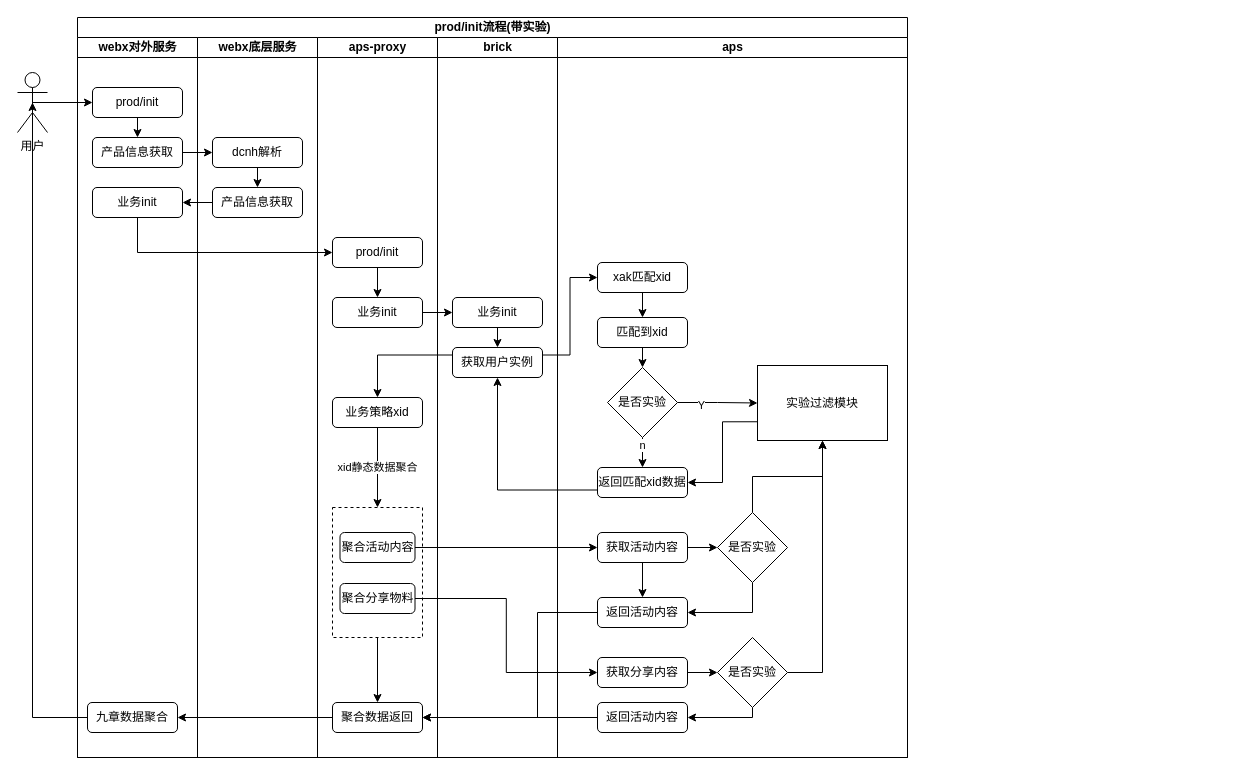
This is page "lego_brick" (7 of 9) of aps.drawio from songshiyun/drawio, a draw.io file, before an edit. Source tidied: cells renumbered, new cells numbered last; positions are measured from the earlier drawing's top-left corner, leaving out a move shared by most shapes. Both pictures are drawn from the tidied source at 100%, with x=0, y=0 at pixel (17, 17).
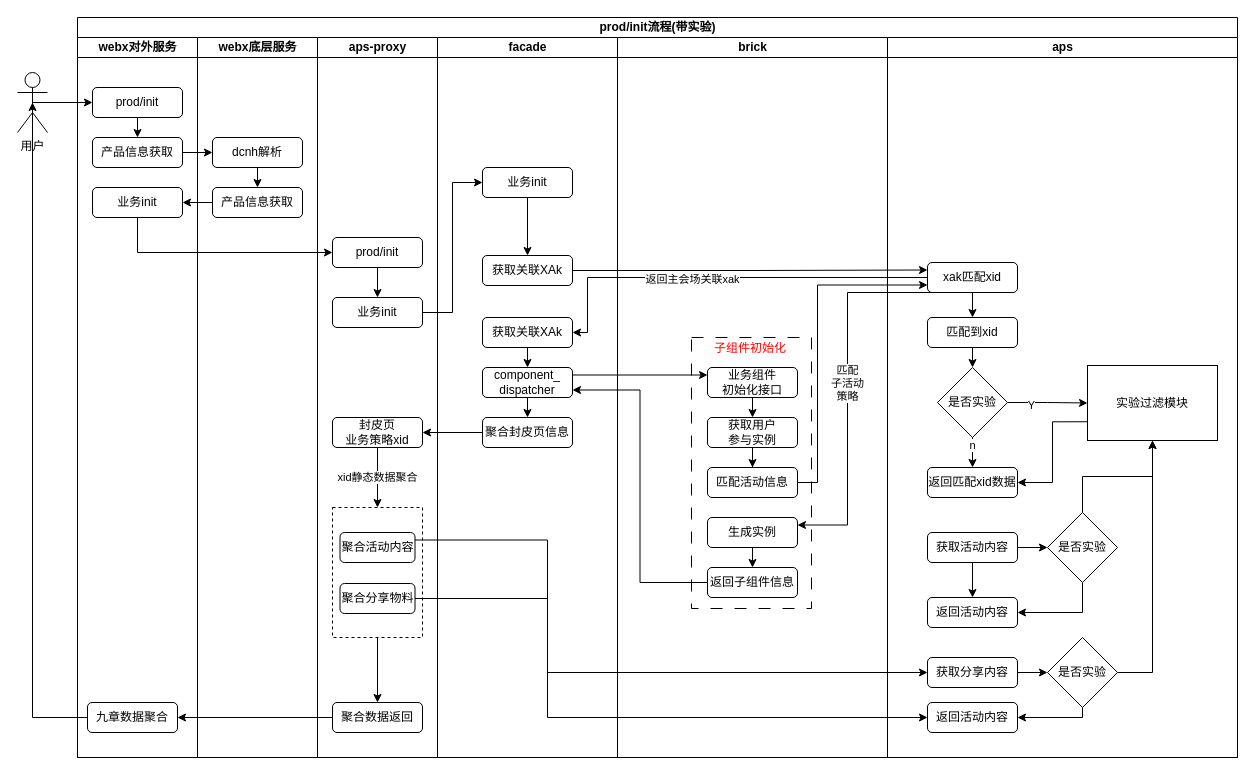
The same diagram, later.

Unchanged cells that the change refers to:
```xml
<mxCell id="13" value="aps-proxy" style="swimlane;startSize=20;html=1;" parent="2" vertex="1">
  <mxGeometry x="240" y="20" width="120" height="720" as="geometry" />
</mxCell>
<mxCell id="21" value="聚合活动内容" style="rounded=1;whiteSpace=wrap;html=1;" parent="13" vertex="1">
  <mxGeometry x="22.5" y="495" width="75" height="30" as="geometry" />
</mxCell>
<mxCell id="22" value="聚合分享物料" style="rounded=1;whiteSpace=wrap;html=1;" parent="13" vertex="1">
  <mxGeometry x="22.5" y="546" width="75" height="30" as="geometry" />
</mxCell>
<mxCell id="23" value="聚合数据返回" style="rounded=1;whiteSpace=wrap;html=1;" parent="13" vertex="1">
  <mxGeometry x="15" y="665" width="90" height="30" as="geometry" />
</mxCell>
```

What changed in the source:
```diff
@@
     <mxCell id="2" value="prod/init流程(带实验)" style="swimlane;startSize=20;html=1;" parent="1" vertex="1">
-      <mxGeometry x="60" width="830" height="740" as="geometry" />
+      <mxGeometry x="60" width="1160" height="740" as="geometry" />
     </mxCell>
@@
-    <mxCell id="18" value="业务策略xid" style="rounded=1;whiteSpace=wrap;html=1;" parent="13" vertex="1">
-      <mxGeometry x="15" y="360" width="90" height="30" as="geometry" />
+    <mxCell id="18" value="封皮页&lt;br&gt;业务策略xid" style="rounded=1;whiteSpace=wrap;html=1;" parent="13" vertex="1">
+      <mxGeometry x="15" y="380" width="90" height="30" as="geometry" />
     </mxCell>
@@
-    <mxCell id="24" value="brick" style="swimlane;startSize=20;html=1;" parent="2" vertex="1">
-      <mxGeometry x="360" y="20" width="120" height="720" as="geometry" />
+    <mxCell id="24" value="facade" style="swimlane;startSize=20;html=1;" parent="2" vertex="1">
+      <mxGeometry x="360" y="20" width="180" height="720" as="geometry" />
     </mxCell>
-    <mxCell id="25" style="edgeStyle=orthogonalEdgeStyle;rounded=0;jettySize=auto;html=1;exitX=0.5;exitY=1;exitDx=0;exitDy=0;entryX=0.5;entryY=0;entryDx=0;entryDy=0;" parent="24" edge="1" source="26" target="27">
-      <mxGeometry relative="1" as="geometry" />
-    </mxCell>
+    <mxCell id="69" style="edgeStyle=orthogonalEdgeStyle;rounded=0;jettySize=auto;html=1;exitX=0.5;exitY=1;exitDx=0;exitDy=0;entryX=0.5;entryY=0;entryDx=0;entryDy=0;" parent="24" edge="1" source="26" target="70">
+      <mxGeometry relative="1" as="geometry" />
+    </mxCell>
     <mxCell id="26" value="业务init" style="rounded=1;whiteSpace=wrap;html=1;" parent="24" vertex="1">
-      <mxGeometry x="15" y="260" width="90" height="30" as="geometry" />
+      <mxGeometry x="45" y="130" width="90" height="30" as="geometry" />
     </mxCell>
-    <mxCell id="27" value="获取用户实例" style="rounded=1;whiteSpace=wrap;html=1;" parent="24" vertex="1">
-      <mxGeometry x="15" y="310" width="90" height="30" as="geometry" />
-    </mxCell>
-    <mxCell id="28" style="edgeStyle=orthogonalEdgeStyle;rounded=0;jettySize=auto;html=1;exitX=0;exitY=0.75;exitDx=0;exitDy=0;entryX=0.5;entryY=1;entryDx=0;entryDy=0;" parent="2" edge="1" source="48" target="27">
-      <mxGeometry relative="1" as="geometry" />
-    </mxCell>
-    <mxCell id="29" style="edgeStyle=orthogonalEdgeStyle;rounded=0;jettySize=auto;html=1;exitX=0;exitY=0.25;exitDx=0;exitDy=0;entryX=0.5;entryY=0;entryDx=0;entryDy=0;" parent="2" edge="1" source="27" target="18">
-      <mxGeometry relative="1" as="geometry" />
-    </mxCell>
+    <mxCell id="70" value="获取关联XAk" style="rounded=1;whiteSpace=wrap;html=1;" parent="24" vertex="1">
+      <mxGeometry x="45" y="218" width="90" height="30" as="geometry" />
+    </mxCell>
+    <mxCell id="71" style="edgeStyle=orthogonalEdgeStyle;rounded=0;jettySize=auto;html=1;exitX=0.5;exitY=1;exitDx=0;exitDy=0;entryX=0.5;entryY=0;entryDx=0;entryDy=0;" parent="24" edge="1" source="72" target="74">
+      <mxGeometry relative="1" as="geometry" />
+    </mxCell>
+    <mxCell id="72" value="获取关联XAk" style="rounded=1;whiteSpace=wrap;html=1;" parent="24" vertex="1">
+      <mxGeometry x="45" y="280" width="90" height="30" as="geometry" />
+    </mxCell>
+    <mxCell id="73" style="edgeStyle=orthogonalEdgeStyle;rounded=0;jettySize=auto;html=1;exitX=0.5;exitY=1;exitDx=0;exitDy=0;entryX=0.5;entryY=0;entryDx=0;entryDy=0;" parent="24" edge="1" source="74" target="75">
+      <mxGeometry relative="1" as="geometry" />
+    </mxCell>
+    <mxCell id="74" value="component_&lt;br&gt;dispatcher" style="rounded=1;whiteSpace=wrap;html=1;" parent="24" vertex="1">
+      <mxGeometry x="45" y="330" width="90" height="30" as="geometry" />
+    </mxCell>
+    <mxCell id="75" value="聚合封皮页信息" style="rounded=1;whiteSpace=wrap;html=1;" parent="24" vertex="1">
+      <mxGeometry x="45" y="380" width="90" height="30" as="geometry" />
+    </mxCell>
@@
-    <mxCell id="31" style="edgeStyle=orthogonalEdgeStyle;rounded=0;jettySize=auto;html=1;exitX=1;exitY=0.25;exitDx=0;exitDy=0;entryX=0;entryY=0.5;entryDx=0;entryDy=0;" parent="2" edge="1" source="27" target="38">
-      <mxGeometry relative="1" as="geometry" />
-    </mxCell>
@@
+    <mxCell id="36" value="brick" style="swimlane;startSize=20;html=1;" parent="2" vertex="1">
+      <mxGeometry x="540" y="20" width="270" height="720" as="geometry" />
+    </mxCell>
+    <mxCell id="76" style="rounded=0;whiteSpace=wrap;html=1;dashed=1;dashPattern=12 12;" parent="36" vertex="1">
+      <mxGeometry x="74" y="300" width="120" height="271" as="geometry" />
+    </mxCell>
+    <mxCell id="77" style="edgeStyle=orthogonalEdgeStyle;rounded=0;jettySize=auto;html=1;exitX=0.5;exitY=1;exitDx=0;exitDy=0;entryX=0.5;entryY=0;entryDx=0;entryDy=0;" parent="36" edge="1" source="78" target="80">
+      <mxGeometry relative="1" as="geometry" />
+    </mxCell>
+    <mxCell id="78" value="业务组件&lt;br&gt;初始化接口" style="rounded=1;whiteSpace=wrap;html=1;" parent="36" vertex="1">
+      <mxGeometry x="90" y="330" width="90" height="30" as="geometry" />
+    </mxCell>
+    <mxCell id="79" style="edgeStyle=orthogonalEdgeStyle;rounded=0;jettySize=auto;html=1;exitX=0.5;exitY=1;exitDx=0;exitDy=0;" parent="36" edge="1" source="80" target="81">
+      <mxGeometry relative="1" as="geometry" />
+    </mxCell>
+    <mxCell id="80" value="获取用户&lt;br&gt;参与实例" style="rounded=1;whiteSpace=wrap;html=1;" parent="36" vertex="1">
+      <mxGeometry x="90" y="380" width="90" height="30" as="geometry" />
+    </mxCell>
+    <mxCell id="81" value="匹配活动信息" style="rounded=1;whiteSpace=wrap;html=1;" parent="36" vertex="1">
+      <mxGeometry x="90" y="430" width="90" height="30" as="geometry" />
+    </mxCell>
+    <mxCell id="82" style="edgeStyle=orthogonalEdgeStyle;rounded=0;jettySize=auto;html=1;exitX=0.5;exitY=1;exitDx=0;exitDy=0;entryX=0.5;entryY=0;entryDx=0;entryDy=0;" parent="36" edge="1" source="83" target="84">
+      <mxGeometry relative="1" as="geometry" />
+    </mxCell>
+    <mxCell id="83" value="生成实例" style="rounded=1;whiteSpace=wrap;html=1;" parent="36" vertex="1">
+      <mxGeometry x="90" y="480" width="90" height="30" as="geometry" />
+    </mxCell>
+    <mxCell id="84" value="返回子组件信息" style="rounded=1;whiteSpace=wrap;html=1;" parent="36" vertex="1">
+      <mxGeometry x="90" y="530" width="90" height="30" as="geometry" />
+    </mxCell>
+    <mxCell id="85" value="子组件初始化" style="text;html=1;strokeColor=none;fillColor=none;align=center;verticalAlign=middle;whiteSpace=wrap;rounded=0;fontColor=#FF0000;" parent="36" vertex="1">
+      <mxGeometry x="93" y="296" width="80" height="30" as="geometry" />
+    </mxCell>
@@
-    <mxCell id="35" style="edgeStyle=orthogonalEdgeStyle;rounded=0;jettySize=auto;html=1;exitX=1;exitY=0.5;exitDx=0;exitDy=0;entryX=0;entryY=0.5;entryDx=0;entryDy=0;" parent="2" edge="1" source="21" target="51">
-      <mxGeometry relative="1" as="geometry" />
-    </mxCell>
-    <mxCell id="36" value="aps" style="swimlane;startSize=20;html=1;" parent="2" vertex="1">
-      <mxGeometry x="480" y="20" width="350" height="720" as="geometry" />
-    </mxCell>
+    <mxCell id="86" value="aps" style="swimlane;startSize=20;html=1;" parent="2" vertex="1">
+      <mxGeometry x="810" y="20" width="350" height="720" as="geometry" />
+    </mxCell>
-    <mxCell id="37" style="edgeStyle=orthogonalEdgeStyle;rounded=0;jettySize=auto;html=1;exitX=0.5;exitY=1;exitDx=0;exitDy=0;entryX=0.5;entryY=0;entryDx=0;entryDy=0;" parent="36" edge="1" source="38" target="40">
+    <mxCell id="37" style="edgeStyle=orthogonalEdgeStyle;rounded=0;jettySize=auto;html=1;exitX=0.5;exitY=1;exitDx=0;exitDy=0;entryX=0.5;entryY=0;entryDx=0;entryDy=0;" parent="86" edge="1" source="38" target="40">
       <mxGeometry relative="1" as="geometry" />
     </mxCell>
-    <mxCell id="38" value="xak匹配xid" style="rounded=1;whiteSpace=wrap;html=1;" parent="36" vertex="1">
+    <mxCell id="38" value="xak匹配xid" style="rounded=1;whiteSpace=wrap;html=1;" parent="86" vertex="1">
       <mxGeometry x="40" y="225" width="90" height="30" as="geometry" />
     </mxCell>
-    <mxCell id="39" style="edgeStyle=orthogonalEdgeStyle;rounded=0;jettySize=auto;html=1;exitX=0.5;exitY=1;exitDx=0;exitDy=0;entryX=0.5;entryY=0;entryDx=0;entryDy=0;" parent="36" edge="1" source="40" target="45">
+    <mxCell id="39" style="edgeStyle=orthogonalEdgeStyle;rounded=0;jettySize=auto;html=1;exitX=0.5;exitY=1;exitDx=0;exitDy=0;entryX=0.5;entryY=0;entryDx=0;entryDy=0;" parent="86" edge="1" source="40" target="45">
       <mxGeometry relative="1" as="geometry" />
     </mxCell>
-    <mxCell id="40" value="匹配到xid" style="rounded=1;whiteSpace=wrap;html=1;" parent="36" vertex="1">
+    <mxCell id="40" value="匹配到xid" style="rounded=1;whiteSpace=wrap;html=1;" parent="86" vertex="1">
       <mxGeometry x="40" y="280" width="90" height="30" as="geometry" />
     </mxCell>
-    <mxCell id="41" style="edgeStyle=orthogonalEdgeStyle;rounded=0;jettySize=auto;html=1;exitX=1;exitY=0.5;exitDx=0;exitDy=0;entryX=0;entryY=0.5;entryDx=0;entryDy=0;" parent="36" edge="1" source="45" target="47">
+    <mxCell id="41" style="edgeStyle=orthogonalEdgeStyle;rounded=0;jettySize=auto;html=1;exitX=1;exitY=0.5;exitDx=0;exitDy=0;entryX=0;entryY=0.5;entryDx=0;entryDy=0;" parent="86" edge="1" source="45" target="47">
       <mxGeometry relative="1" as="geometry" />
     </mxCell>
@@
-    <mxCell id="43" style="edgeStyle=orthogonalEdgeStyle;rounded=0;jettySize=auto;html=1;exitX=0.5;exitY=1;exitDx=0;exitDy=0;entryX=0.5;entryY=0;entryDx=0;entryDy=0;" parent="36" edge="1" source="45" target="48">
+    <mxCell id="43" style="edgeStyle=orthogonalEdgeStyle;rounded=0;jettySize=auto;html=1;exitX=0.5;exitY=1;exitDx=0;exitDy=0;entryX=0.5;entryY=0;entryDx=0;entryDy=0;" parent="86" edge="1" source="45" target="48">
       <mxGeometry relative="1" as="geometry" />
     </mxCell>
@@
-    <mxCell id="45" value="是否实验" style="rhombus;whiteSpace=wrap;html=1;" parent="36" vertex="1">
+    <mxCell id="45" value="是否实验" style="rhombus;whiteSpace=wrap;html=1;" parent="86" vertex="1">
       <mxGeometry x="50" y="330" width="70" height="70" as="geometry" />
     </mxCell>
-    <mxCell id="46" style="edgeStyle=orthogonalEdgeStyle;rounded=0;jettySize=auto;html=1;exitX=0;exitY=0.75;exitDx=0;exitDy=0;entryX=1;entryY=0.5;entryDx=0;entryDy=0;" parent="36" edge="1" source="47" target="48">
+    <mxCell id="46" style="edgeStyle=orthogonalEdgeStyle;rounded=0;jettySize=auto;html=1;exitX=0;exitY=0.75;exitDx=0;exitDy=0;entryX=1;entryY=0.5;entryDx=0;entryDy=0;" parent="86" edge="1" source="47" target="48">
       <mxGeometry relative="1" as="geometry" />
     </mxCell>
-    <mxCell id="47" value="实验过滤模块" style="rounded=0;whiteSpace=wrap;html=1;" parent="36" vertex="1">
+    <mxCell id="47" value="实验过滤模块" style="rounded=0;whiteSpace=wrap;html=1;" parent="86" vertex="1">
       <mxGeometry x="200" y="328" width="130" height="75" as="geometry" />
     </mxCell>
-    <mxCell id="48" value="返回匹配xid数据" style="rounded=1;whiteSpace=wrap;html=1;" parent="36" vertex="1">
+    <mxCell id="48" value="返回匹配xid数据" style="rounded=1;whiteSpace=wrap;html=1;" parent="86" vertex="1">
       <mxGeometry x="40" y="430" width="90" height="30" as="geometry" />
     </mxCell>
-    <mxCell id="49" style="edgeStyle=orthogonalEdgeStyle;rounded=0;jettySize=auto;html=1;" parent="36" edge="1" source="51" target="54">
+    <mxCell id="49" style="edgeStyle=orthogonalEdgeStyle;rounded=0;jettySize=auto;html=1;" parent="86" edge="1" source="51" target="54">
       <mxGeometry relative="1" as="geometry" />
     </mxCell>
-    <mxCell id="50" style="edgeStyle=orthogonalEdgeStyle;rounded=0;jettySize=auto;html=1;exitX=0.5;exitY=1;exitDx=0;exitDy=0;entryX=0.5;entryY=0;entryDx=0;entryDy=0;" parent="36" edge="1" source="51" target="55">
+    <mxCell id="50" style="edgeStyle=orthogonalEdgeStyle;rounded=0;jettySize=auto;html=1;exitX=0.5;exitY=1;exitDx=0;exitDy=0;entryX=0.5;entryY=0;entryDx=0;entryDy=0;" parent="86" edge="1" source="51" target="55">
       <mxGeometry relative="1" as="geometry" />
     </mxCell>
-    <mxCell id="51" value="获取活动内容" style="rounded=1;whiteSpace=wrap;html=1;" parent="36" vertex="1">
+    <mxCell id="51" value="获取活动内容" style="rounded=1;whiteSpace=wrap;html=1;" parent="86" vertex="1">
       <mxGeometry x="40" y="495" width="90" height="30" as="geometry" />
     </mxCell>
-    <mxCell id="52" style="edgeStyle=orthogonalEdgeStyle;rounded=0;jettySize=auto;html=1;exitX=0.5;exitY=1;exitDx=0;exitDy=0;entryX=1;entryY=0.5;entryDx=0;entryDy=0;" parent="36" edge="1" source="54" target="55">
+    <mxCell id="52" style="edgeStyle=orthogonalEdgeStyle;rounded=0;jettySize=auto;html=1;exitX=0.5;exitY=1;exitDx=0;exitDy=0;entryX=1;entryY=0.5;entryDx=0;entryDy=0;" parent="86" edge="1" source="54" target="55">
       <mxGeometry relative="1" as="geometry" />
     </mxCell>
-    <mxCell id="53" style="edgeStyle=orthogonalEdgeStyle;rounded=0;jettySize=auto;html=1;exitX=0.5;exitY=0;exitDx=0;exitDy=0;" parent="36" edge="1" source="54" target="47">
+    <mxCell id="53" style="edgeStyle=orthogonalEdgeStyle;rounded=0;jettySize=auto;html=1;exitX=0.5;exitY=0;exitDx=0;exitDy=0;" parent="86" edge="1" source="54" target="47">
       <mxGeometry relative="1" as="geometry" />
     </mxCell>
-    <mxCell id="54" value="是否实验" style="rhombus;whiteSpace=wrap;html=1;" parent="36" vertex="1">
+    <mxCell id="54" value="是否实验" style="rhombus;whiteSpace=wrap;html=1;" parent="86" vertex="1">
       <mxGeometry x="160" y="475" width="70" height="70" as="geometry" />
     </mxCell>
-    <mxCell id="55" value="返回活动内容" style="rounded=1;whiteSpace=wrap;html=1;" parent="36" vertex="1">
+    <mxCell id="55" value="返回活动内容" style="rounded=1;whiteSpace=wrap;html=1;" parent="86" vertex="1">
       <mxGeometry x="40" y="560" width="90" height="30" as="geometry" />
     </mxCell>
-    <mxCell id="56" style="edgeStyle=orthogonalEdgeStyle;rounded=0;jettySize=auto;html=1;exitX=1;exitY=0.5;exitDx=0;exitDy=0;entryX=0;entryY=0.5;entryDx=0;entryDy=0;" parent="36" edge="1" source="57" target="60">
+    <mxCell id="56" style="edgeStyle=orthogonalEdgeStyle;rounded=0;jettySize=auto;html=1;exitX=1;exitY=0.5;exitDx=0;exitDy=0;entryX=0;entryY=0.5;entryDx=0;entryDy=0;" parent="86" edge="1" source="57" target="60">
       <mxGeometry relative="1" as="geometry" />
     </mxCell>
-    <mxCell id="57" value="获取分享内容" style="rounded=1;whiteSpace=wrap;html=1;" parent="36" vertex="1">
+    <mxCell id="57" value="获取分享内容" style="rounded=1;whiteSpace=wrap;html=1;" parent="86" vertex="1">
       <mxGeometry x="40" y="620" width="90" height="30" as="geometry" />
     </mxCell>
-    <mxCell id="58" style="edgeStyle=orthogonalEdgeStyle;rounded=0;jettySize=auto;html=1;exitX=1;exitY=0.5;exitDx=0;exitDy=0;entryX=0.5;entryY=1;entryDx=0;entryDy=0;" parent="36" edge="1" source="60" target="47">
+    <mxCell id="58" style="edgeStyle=orthogonalEdgeStyle;rounded=0;jettySize=auto;html=1;exitX=1;exitY=0.5;exitDx=0;exitDy=0;entryX=0.5;entryY=1;entryDx=0;entryDy=0;" parent="86" edge="1" source="60" target="47">
       <mxGeometry relative="1" as="geometry" />
     </mxCell>
-    <mxCell id="59" style="edgeStyle=orthogonalEdgeStyle;rounded=0;jettySize=auto;html=1;exitX=0.5;exitY=1;exitDx=0;exitDy=0;" parent="36" edge="1" source="60" target="61">
+    <mxCell id="59" style="edgeStyle=orthogonalEdgeStyle;rounded=0;jettySize=auto;html=1;exitX=0.5;exitY=1;exitDx=0;exitDy=0;" parent="86" edge="1" source="60" target="61">
       <mxGeometry relative="1" as="geometry">
         <Array as="points">
           <mxPoint x="195" y="680" />
         </Array>
       </mxGeometry>
     </mxCell>
-    <mxCell id="60" value="是否实验" style="rhombus;whiteSpace=wrap;html=1;" parent="36" vertex="1">
+    <mxCell id="60" value="是否实验" style="rhombus;whiteSpace=wrap;html=1;" parent="86" vertex="1">
       <mxGeometry x="160" y="600" width="70" height="70" as="geometry" />
     </mxCell>
-    <mxCell id="61" value="返回活动内容" style="rounded=1;whiteSpace=wrap;html=1;" parent="36" vertex="1">
+    <mxCell id="61" value="返回活动内容" style="rounded=1;whiteSpace=wrap;html=1;" parent="86" vertex="1">
       <mxGeometry x="40" y="665" width="90" height="30" as="geometry" />
     </mxCell>
-    <mxCell id="62" style="edgeStyle=orthogonalEdgeStyle;rounded=0;jettySize=auto;html=1;exitX=1;exitY=0.5;exitDx=0;exitDy=0;entryX=0;entryY=0.5;entryDx=0;entryDy=0;" parent="2" edge="1" source="22" target="57">
-      <mxGeometry relative="1" as="geometry" />
-    </mxCell>
-    <mxCell id="63" style="edgeStyle=orthogonalEdgeStyle;rounded=0;jettySize=auto;html=1;exitX=0;exitY=0.5;exitDx=0;exitDy=0;entryX=1;entryY=0.5;entryDx=0;entryDy=0;" parent="2" edge="1" source="61" target="23">
-      <mxGeometry relative="1" as="geometry" />
-    </mxCell>
-    <mxCell id="64" style="edgeStyle=orthogonalEdgeStyle;rounded=0;jettySize=auto;html=1;exitX=0;exitY=0.5;exitDx=0;exitDy=0;entryX=1;entryY=0.5;entryDx=0;entryDy=0;" parent="2" edge="1" source="55" target="23">
-      <mxGeometry relative="1" as="geometry">
-        <Array as="points">
-          <mxPoint x="460" y="595" />
-          <mxPoint x="460" y="700" />
-        </Array>
-      </mxGeometry>
-    </mxCell>
@@
+    <mxCell id="87" style="edgeStyle=orthogonalEdgeStyle;rounded=0;jettySize=auto;html=1;exitX=1;exitY=0.5;exitDx=0;exitDy=0;entryX=0;entryY=0.25;entryDx=0;entryDy=0;" parent="2" edge="1" source="70" target="38">
+      <mxGeometry relative="1" as="geometry" />
+    </mxCell>
+    <mxCell id="88" style="edgeStyle=orthogonalEdgeStyle;rounded=0;jettySize=auto;html=1;exitX=0;exitY=0.5;exitDx=0;exitDy=0;" parent="2" edge="1" source="38" target="72">
+      <mxGeometry relative="1" as="geometry">
+        <Array as="points">
+          <mxPoint x="510" y="260" />
+          <mxPoint x="510" y="315" />
+        </Array>
+      </mxGeometry>
+    </mxCell>
+    <mxCell id="89" value="返回主会场关联xak" style="edgeLabel;html=1;align=center;verticalAlign=middle;" parent="88" vertex="1">
+      <mxGeometry x="0.15" y="1" relative="1" as="geometry" />
+    </mxCell>
+    <mxCell id="90" style="edgeStyle=orthogonalEdgeStyle;rounded=0;jettySize=auto;html=1;exitX=1;exitY=0.5;exitDx=0;exitDy=0;entryX=0;entryY=0.75;entryDx=0;entryDy=0;" parent="2" edge="1" source="81" target="38">
+      <mxGeometry relative="1" as="geometry">
+        <Array as="points">
+          <mxPoint x="740" y="465" />
+          <mxPoint x="740" y="267" />
+        </Array>
+      </mxGeometry>
+    </mxCell>
+    <mxCell id="91" value="匹配&lt;br&gt;子活动&lt;br&gt;策略" style="edgeStyle=orthogonalEdgeStyle;rounded=0;jettySize=auto;html=1;exitX=0.25;exitY=1;exitDx=0;exitDy=0;entryX=1;entryY=0.25;entryDx=0;entryDy=0;" parent="2" edge="1" source="38" target="83">
+      <mxGeometry relative="1" as="geometry">
+        <Array as="points">
+          <mxPoint x="770" y="275" />
+          <mxPoint x="770" y="508" />
+        </Array>
+      </mxGeometry>
+    </mxCell>
+    <mxCell id="92" style="edgeStyle=orthogonalEdgeStyle;rounded=0;jettySize=auto;html=1;exitX=1;exitY=0.25;exitDx=0;exitDy=0;entryX=0;entryY=0.25;entryDx=0;entryDy=0;" parent="2" edge="1" source="74" target="78">
+      <mxGeometry relative="1" as="geometry" />
+    </mxCell>
+    <mxCell id="93" style="edgeStyle=orthogonalEdgeStyle;rounded=0;jettySize=auto;html=1;exitX=0;exitY=0.5;exitDx=0;exitDy=0;entryX=1;entryY=0.75;entryDx=0;entryDy=0;" parent="2" edge="1" source="84" target="74">
+      <mxGeometry relative="1" as="geometry" />
+    </mxCell>
+    <mxCell id="94" style="edgeStyle=orthogonalEdgeStyle;rounded=0;jettySize=auto;html=1;exitX=0;exitY=0.5;exitDx=0;exitDy=0;entryX=1;entryY=0.5;entryDx=0;entryDy=0;" parent="2" edge="1" source="75" target="18">
+      <mxGeometry relative="1" as="geometry" />
+    </mxCell>
+    <mxCell id="95" style="edgeStyle=orthogonalEdgeStyle;rounded=0;jettySize=auto;html=1;exitX=1;exitY=0.25;exitDx=0;exitDy=0;entryX=0;entryY=0.5;entryDx=0;entryDy=0;" parent="2" edge="1" source="21" target="57">
+      <mxGeometry relative="1" as="geometry">
+        <Array as="points">
+          <mxPoint x="470" y="523" />
+          <mxPoint x="470" y="655" />
+        </Array>
+      </mxGeometry>
+    </mxCell>
+    <mxCell id="96" style="edgeStyle=orthogonalEdgeStyle;rounded=0;jettySize=auto;html=1;exitX=1;exitY=0.5;exitDx=0;exitDy=0;entryX=0;entryY=0.5;entryDx=0;entryDy=0;" parent="2" edge="1" source="22" target="61">
+      <mxGeometry relative="1" as="geometry">
+        <Array as="points">
+          <mxPoint x="470" y="581" />
+          <mxPoint x="470" y="700" />
+        </Array>
+      </mxGeometry>
+    </mxCell>
```
